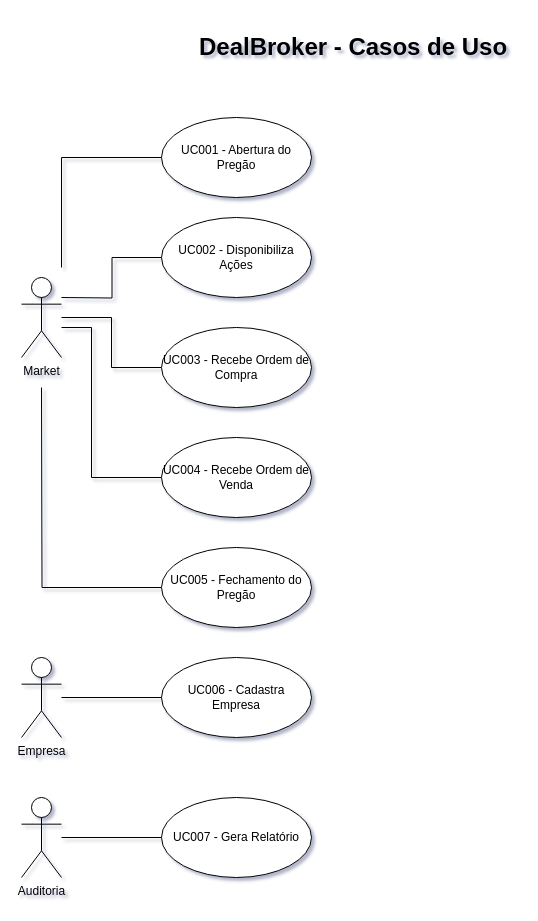
The draw.io diagram DealBroker/Casos De Uso/Diagram.drawio in unifgabsantos/StockFEI, before the edit. Source tidied: cells renumbered, new cells numbered last; positions are measured from the earlier drawing's top-left corner, leaving out a move shared by most shapes. Both pictures are drawn from the tidied source at 100%, with x=0, y=0 at pixel (21, 27).
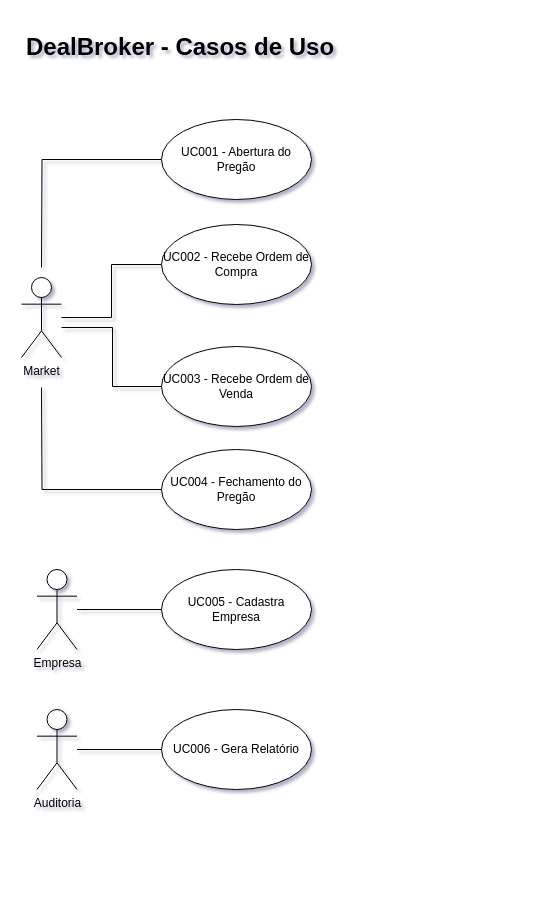
The same page after the edit.

Unchanged cells that the change refers to:
```xml
<mxCell id="5" value="Market" style="shape=umlActor;verticalLabelPosition=bottom;verticalAlign=top;html=1;outlineConnect=0;" parent="1" vertex="1">
  <mxGeometry y="250" width="40" height="80" as="geometry" />
</mxCell>
```

Change to the diagram source:
```diff
@@
     <mxCell id="2" value="&lt;h1&gt;DealBroker - Casos de Uso&lt;/h1&gt;" style="text;html=1;strokeColor=none;fillColor=none;spacing=5;spacingTop=-20;whiteSpace=wrap;overflow=hidden;rounded=0;" parent="1" vertex="1">
-      <mxGeometry x="173" width="321" height="40" as="geometry" />
+      <mxGeometry width="321" height="40" as="geometry" />
     </mxCell>
@@
     <mxCell id="4" style="edgeStyle=orthogonalEdgeStyle;rounded=0;jettySize=auto;html=1;entryX=0;entryY=0.5;entryDx=0;entryDy=0;endArrow=none;endFill=0;" parent="1" edge="1" source="5" target="14">
       <mxGeometry relative="1" as="geometry">
         <Array as="points">
-          <mxPoint x="70" y="300" />
-          <mxPoint x="70" y="450" />
+          <mxPoint x="91" y="300" />
+          <mxPoint x="91" y="359" />
         </Array>
       </mxGeometry>
     </mxCell>
@@
     <mxCell id="7" value="Empresa" style="shape=umlActor;verticalLabelPosition=bottom;verticalAlign=top;html=1;outlineConnect=0;" parent="1" vertex="1">
-      <mxGeometry y="630" width="40" height="80" as="geometry" />
+      <mxGeometry x="15.5" y="542" width="40" height="80" as="geometry" />
     </mxCell>
-    <mxCell id="8" value="UC006 - Cadastra Empresa" style="ellipse;whiteSpace=wrap;html=1;" parent="1" vertex="1">
-      <mxGeometry x="140" y="630" width="150" height="80" as="geometry" />
+    <mxCell id="8" value="UC005 - Cadastra Empresa" style="ellipse;whiteSpace=wrap;html=1;" parent="1" vertex="1">
+      <mxGeometry x="140" y="542" width="150" height="80" as="geometry" />
     </mxCell>
-    <mxCell id="9" style="edgeStyle=orthogonalEdgeStyle;rounded=0;jettySize=auto;html=1;endArrow=none;endFill=0;" parent="1" edge="1" source="10">
-      <mxGeometry relative="1" as="geometry">
-        <mxPoint x="40" y="240" as="targetPoint" />
-        <Array as="points">
-          <mxPoint x="40" y="130" />
-          <mxPoint x="40" y="240" />
-        </Array>
-      </mxGeometry>
-    </mxCell>
+    <mxCell id="20" style="edgeStyle=orthogonalEdgeStyle;rounded=0;jettySize=auto;html=1;strokeColor=default;endArrow=none;endFill=0;" parent="1" edge="1" source="10">
+      <mxGeometry relative="1" as="geometry">
+        <mxPoint x="20" y="240" as="targetPoint" />
+      </mxGeometry>
+    </mxCell>
     <mxCell id="10" value="UC001 - Abertura do Pregão" style="ellipse;whiteSpace=wrap;html=1;" parent="1" vertex="1">
-      <mxGeometry x="140" y="90" width="150" height="80" as="geometry" />
+      <mxGeometry x="140" y="92" width="150" height="80" as="geometry" />
     </mxCell>
-    <mxCell id="11" style="edgeStyle=orthogonalEdgeStyle;rounded=0;jettySize=auto;html=1;endArrow=none;endFill=0;" parent="1" edge="1" source="12">
-      <mxGeometry relative="1" as="geometry">
-        <mxPoint x="40" y="270" as="targetPoint" />
-      </mxGeometry>
-    </mxCell>
-    <mxCell id="12" value="UC002 - Disponibiliza Ações" style="ellipse;whiteSpace=wrap;html=1;" parent="1" vertex="1">
-      <mxGeometry x="140" y="190" width="150" height="80" as="geometry" />
-    </mxCell>
-    <mxCell id="13" value="&lt;span&gt;UC003 - Recebe Ordem de Compra&lt;/span&gt;" style="ellipse;whiteSpace=wrap;html=1;" parent="1" vertex="1">
-      <mxGeometry x="140" y="300" width="150" height="80" as="geometry" />
+    <mxCell id="13" value="&lt;span&gt;UC002 - Recebe Ordem de Compra&lt;/span&gt;" style="ellipse;whiteSpace=wrap;html=1;" parent="1" vertex="1">
+      <mxGeometry x="140" y="197" width="150" height="80" as="geometry" />
     </mxCell>
-    <mxCell id="14" value="UC004 - Recebe Ordem de Venda" style="ellipse;whiteSpace=wrap;html=1;" parent="1" vertex="1">
-      <mxGeometry x="140" y="410" width="150" height="80" as="geometry" />
+    <mxCell id="14" value="UC003 - Recebe Ordem de Venda" style="ellipse;whiteSpace=wrap;html=1;" parent="1" vertex="1">
+      <mxGeometry x="140" y="319" width="150" height="80" as="geometry" />
     </mxCell>
@@
-    <mxCell id="16" value="UC005 - Fechamento do Pregão" style="ellipse;whiteSpace=wrap;html=1;" parent="1" vertex="1">
-      <mxGeometry x="140" y="520" width="150" height="80" as="geometry" />
+    <mxCell id="16" value="UC004 - Fechamento do Pregão" style="ellipse;whiteSpace=wrap;html=1;" parent="1" vertex="1">
+      <mxGeometry x="140" y="422" width="150" height="80" as="geometry" />
     </mxCell>
@@
     <mxCell id="18" value="Auditoria" style="shape=umlActor;verticalLabelPosition=bottom;verticalAlign=top;html=1;outlineConnect=0;" parent="1" vertex="1">
-      <mxGeometry y="770" width="40" height="80" as="geometry" />
+      <mxGeometry x="15.5" y="682" width="40" height="80" as="geometry" />
     </mxCell>
-    <mxCell id="19" value="UC007 - Gera Relatório" style="ellipse;whiteSpace=wrap;html=1;" parent="1" vertex="1">
-      <mxGeometry x="140" y="770" width="150" height="80" as="geometry" />
+    <mxCell id="19" value="UC006 - Gera Relatório" style="ellipse;whiteSpace=wrap;html=1;" parent="1" vertex="1">
+      <mxGeometry x="140" y="682" width="150" height="80" as="geometry" />
     </mxCell>
```
